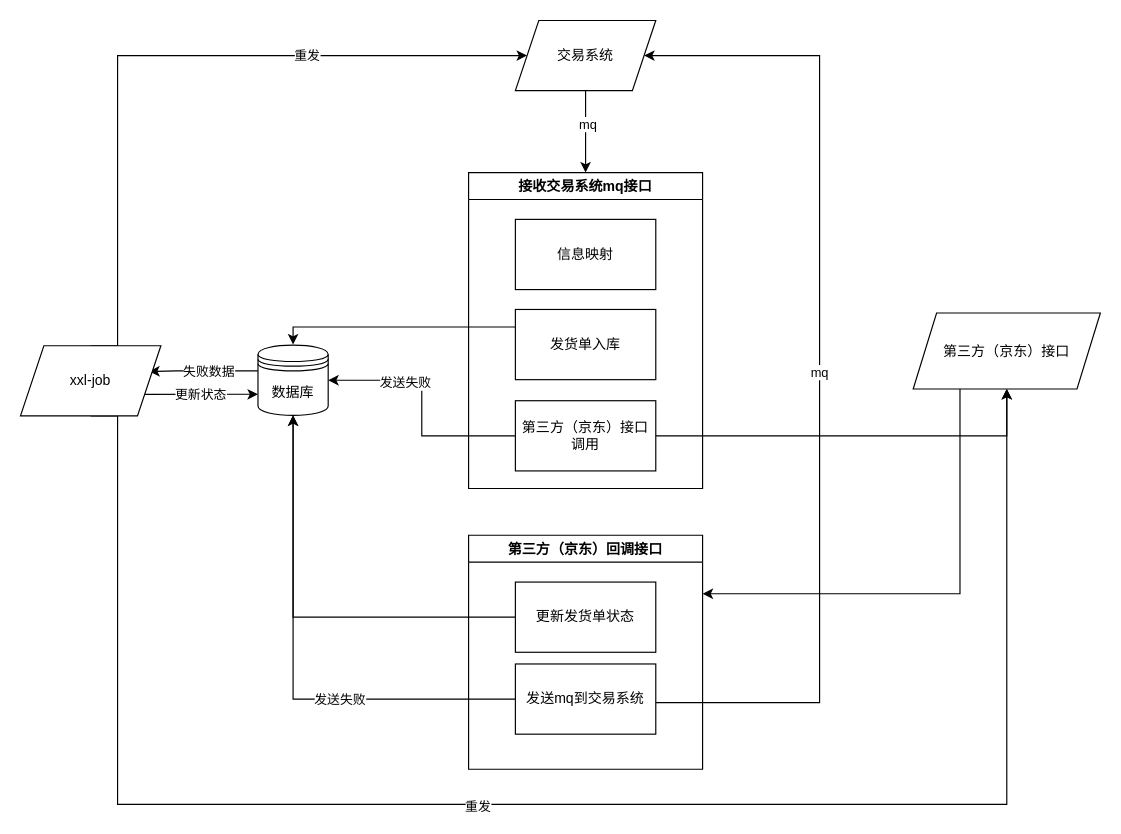
This is Untitled Diagram.drawio from yindongjun/drawio-2, a draw.io file, before an edit. Source tidied: cells renumbered, new cells numbered last; positions are measured from the earlier drawing's top-left corner, leaving out a move shared by most shapes. Both pictures are drawn from the tidied source at 117%, with x=0, y=0 at pixel (20, 20).
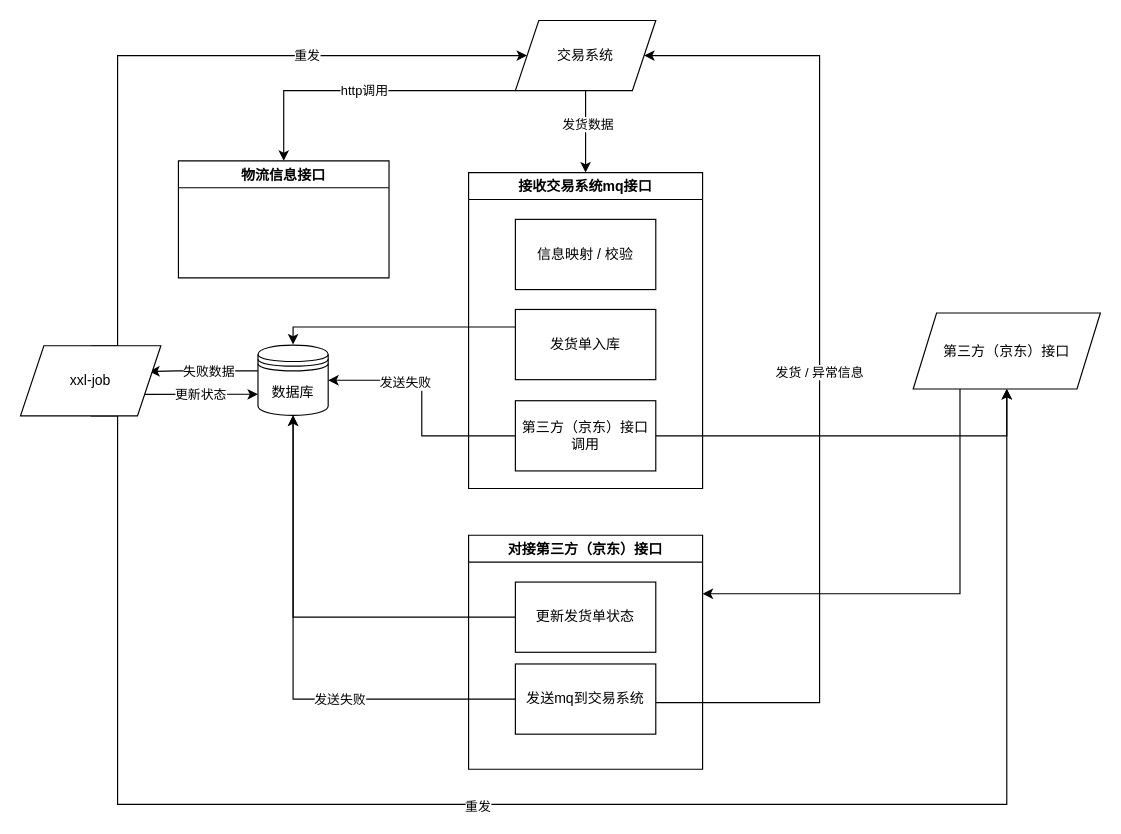
The same page after the edit.

The change refers to these unchanged cells:
```xml
<mxCell id="14" style="edgeStyle=orthogonalEdgeStyle;rounded=0;jettySize=auto;html=1;exitX=0.5;exitY=1;exitDx=0;exitDy=0;entryX=0.5;entryY=0;entryDx=0;entryDy=0;" parent="1" edge="1" source="16" target="17">
  <mxGeometry relative="1" as="geometry" />
</mxCell>
<mxCell id="16" value="交易系统" style="shape=parallelogram;perimeter=parallelogramPerimeter;whiteSpace=wrap;html=1;fixedSize=1;" parent="1" vertex="1">
  <mxGeometry x="423" width="120" height="60" as="geometry" />
</mxCell>
<mxCell id="17" value="接收交易系统mq接口" style="swimlane;" parent="1" vertex="1">
  <mxGeometry x="383" y="130" width="200" height="270" as="geometry" />
</mxCell>
```

Diff of the diagram source:
```diff
@@
-    <mxCell id="15" value="mq" style="edgeLabel;html=1;align=center;verticalAlign=middle;" parent="14" vertex="1">
+    <mxCell id="15" value="发货数据" style="edgeLabel;html=1;align=center;verticalAlign=middle;" parent="14" vertex="1">
       <mxGeometry x="-0.19" y="1" relative="1" as="geometry" />
     </mxCell>
+    <mxCell id="31" value="http调用" style="edgeStyle=orthogonalEdgeStyle;rounded=0;jettySize=auto;html=1;exitX=0;exitY=1;exitDx=0;exitDy=0;entryX=0.5;entryY=0;entryDx=0;entryDy=0;" parent="1" edge="1" source="16" target="32">
+      <mxGeometry relative="1" as="geometry">
+        <Array as="points">
+          <mxPoint x="225" y="60" />
+        </Array>
+      </mxGeometry>
+    </mxCell>
@@
-    <mxCell id="20" value="信息映射" style="rounded=0;whiteSpace=wrap;html=1;" parent="17" vertex="1">
+    <mxCell id="20" value="信息映射 / 校验" style="rounded=0;whiteSpace=wrap;html=1;" parent="17" vertex="1">
       <mxGeometry x="40" y="40" width="120" height="60" as="geometry" />
     </mxCell>
-    <mxCell id="21" value="第三方（京东）回调接口" style="swimlane;" parent="1" vertex="1">
+    <mxCell id="21" value="对接第三方（京东）接口" style="swimlane;" parent="1" vertex="1">
       <mxGeometry x="383" y="440" width="200" height="200" as="geometry" />
     </mxCell>
@@
-    <mxCell id="26" value="mq" style="edgeStyle=orthogonalEdgeStyle;rounded=0;jettySize=auto;html=1;exitX=1;exitY=0.5;exitDx=0;exitDy=0;entryX=1;entryY=0.5;entryDx=0;entryDy=0;" parent="1" edge="1" target="16">
+    <mxCell id="26" value="发货 / 异常信息" style="edgeStyle=orthogonalEdgeStyle;rounded=0;jettySize=auto;html=1;exitX=1;exitY=0.5;exitDx=0;exitDy=0;entryX=1;entryY=0.5;entryDx=0;entryDy=0;" parent="1" edge="1" target="16">
       <mxGeometry relative="1" as="geometry">
         <mxPoint x="543" y="583" as="sourcePoint" />
         <Array as="points">
           <mxPoint x="683" y="583" />
           <mxPoint x="683" y="30" />
         </Array>
       </mxGeometry>
     </mxCell>
@@
+    <mxCell id="32" value="物流信息接口" style="swimlane;" parent="1" vertex="1">
+      <mxGeometry x="135" y="120" width="180" height="100" as="geometry" />
+    </mxCell>
```
